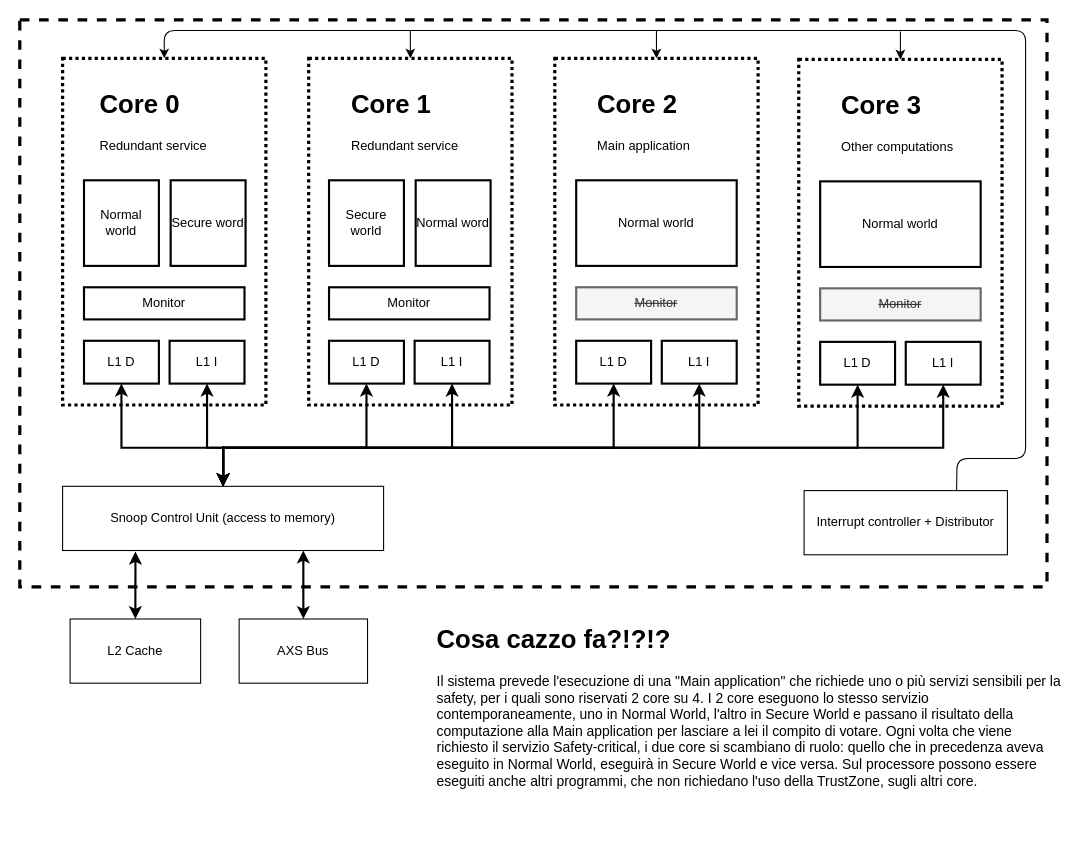
gabrielegiannini/quality-and-certification-project keeps this draw.io diagram as page "Page-2" (2 of 4) of Untitled Diagram.drawio. Above is the earlier version. Source tidied: cells renumbered, new cells numbered last; positions are measured from the earlier drawing's top-left corner, leaving out a move shared by most shapes. Both pictures are drawn from the tidied source at 107%, with x=0, y=0 at pixel (19, 19).
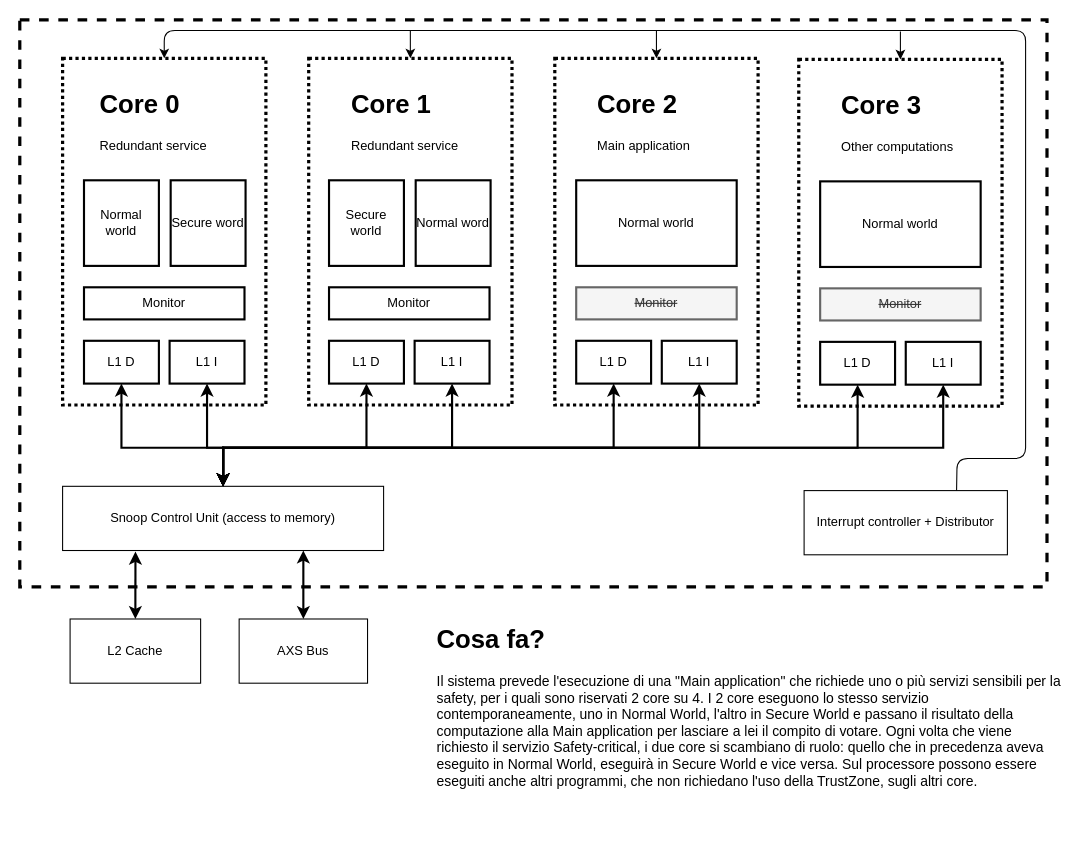
Above is the later version.

Change to the diagram source:
```diff
@@
-    <mxCell id="47" value="&lt;h1&gt;Cosa cazzo fa?!?!?&lt;br&gt;&lt;/h1&gt;&lt;p style=&quot;font-size: 13px&quot;&gt;Il sistema prevede l'esecuzione di una &quot;Main application&quot; che richiede uno o più servizi sensibili per la safety, per i quali sono riservati 2 core su 4. I 2 core eseguono lo stesso servizio contemporaneamente, uno in Normal World, l'altro in Secure World e passano il risultato della computazione alla Main application per lasciare a lei il compito di votare. Ogni volta che viene richiesto il servizio Safety-critical, i due core si scambiano di ruolo: quello che in precedenza aveva eseguito in Normal World, eseguirà in Secure World e vice versa. Sul processore possono essere eseguiti anche altri programmi, che non richiedano l'uso della TrustZone, sugli altri core.&lt;br&gt;&lt;/p&gt;" style="text;html=1;strokeColor=none;fillColor=none;spacing=5;spacingTop=-20;whiteSpace=wrap;overflow=hidden;rounded=0;" parent="1" vertex="1">
+    <mxCell id="47" value="&lt;h1&gt;Cosa fa?&lt;/h1&gt;&lt;p style=&quot;font-size: 13px&quot;&gt;Il sistema prevede l'esecuzione di una &quot;Main application&quot; che richiede uno o più servizi sensibili per la safety, per i quali sono riservati 2 core su 4. I 2 core eseguono lo stesso servizio contemporaneamente, uno in Normal World, l'altro in Secure World e passano il risultato della computazione alla Main application per lasciare a lei il compito di votare. Ogni volta che viene richiesto il servizio Safety-critical, i due core si scambiano di ruolo: quello che in precedenza aveva eseguito in Normal World, eseguirà in Secure World e vice versa. Sul processore possono essere eseguiti anche altri programmi, che non richiedano l'uso della TrustZone, sugli altri core.&lt;br&gt;&lt;/p&gt;" style="text;html=1;strokeColor=none;fillColor=none;spacing=5;spacingTop=-20;whiteSpace=wrap;overflow=hidden;rounded=0;" parent="1" vertex="1">
       <mxGeometry x="385" y="560" width="592" height="209" as="geometry" />
     </mxCell>
```
